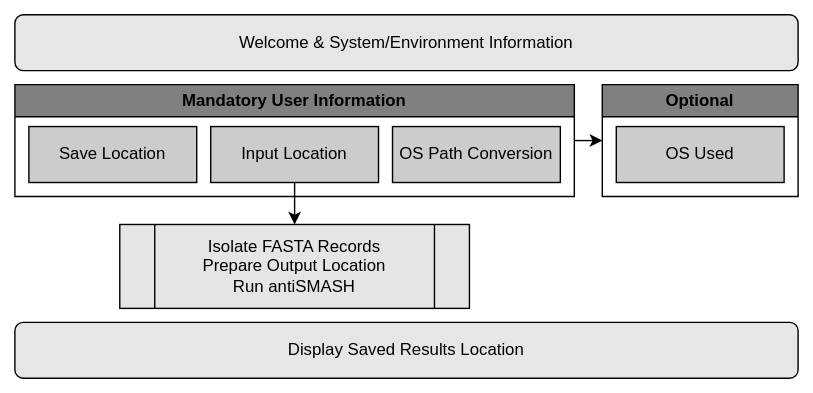
Before: images/prediction_overview.svg, a diagram exported from draw.io (Parkinson-NP/MIE-2024). Source tidied: cells renumbered, new cells last; positions are measured from the earlier drawing's top-left corner, leaving out a move shared by most shapes. Its diagram source:
```xml
<mxGraphModel background="#ffffff">
  <root>
    <mxCell id="0" />
    <mxCell id="1" parent="0" />
    <mxCell id="2" style="rounded=0;whiteSpace=wrap;html=1;fillColor=none;strokeColor=none;" parent="1" vertex="1">
      <mxGeometry width="580" height="280" as="geometry" />
    </mxCell>
    <mxCell id="3" value="&lt;span style=&quot;background-color: initial;&quot;&gt;Isolate FASTA Records&lt;/span&gt;&lt;div&gt;&lt;div&gt;Prepare Output Location&lt;/div&gt;&lt;div&gt;Run antiSMASH&lt;/div&gt;&lt;/div&gt;" style="shape=process;whiteSpace=wrap;html=1;backgroundOutline=1;strokeColor=#000000;fillColor=#e5e5e5;fontColor=#000000;fontFamily=Arial;fontSource=https%3A%2F%2Ffonts.googleapis.com%2Fcss%3Ffamily%3DArial;" parent="1" vertex="1">
      <mxGeometry x="85" y="160" width="250" height="60" as="geometry" />
    </mxCell>
    <mxCell id="4" value="Mandatory User Information" style="swimlane;whiteSpace=wrap;html=1;strokeColor=#000000;fillColor=#808080;fontColor=#000000;fontFamily=Arial;fontSource=https%3A%2F%2Ffonts.googleapis.com%2Fcss%3Ffamily%3DArial;" parent="1" vertex="1">
      <mxGeometry x="10" y="60" width="400" height="80" as="geometry" />
    </mxCell>
    <mxCell id="5" value="Input Location" style="rectangle;whiteSpace=wrap;html=1;strokeColor=#000000;fillColor=#CCCCCC;fontColor=#000000;fontFamily=Arial;fontSource=https%3A%2F%2Ffonts.googleapis.com%2Fcss%3Ffamily%3DArial;" parent="4" vertex="1">
      <mxGeometry x="140" y="30" width="120" height="40" as="geometry" />
    </mxCell>
    <mxCell id="6" value="Save Location" style="rectangle;whiteSpace=wrap;html=1;strokeColor=#000000;fillColor=#CCCCCC;fontColor=#000000;fontFamily=Arial;fontSource=https%3A%2F%2Ffonts.googleapis.com%2Fcss%3Ffamily%3DArial;" parent="4" vertex="1">
      <mxGeometry x="10" y="30" width="120" height="40" as="geometry" />
    </mxCell>
    <mxCell id="7" value="Optional" style="swimlane;whiteSpace=wrap;html=1;strokeColor=#000000;fillColor=#808080;fontColor=#000000;fontFamily=Arial;fontSource=https%3A%2F%2Ffonts.googleapis.com%2Fcss%3Ffamily%3DArial;" parent="1" vertex="1">
      <mxGeometry x="430" y="60" width="140" height="80" as="geometry" />
    </mxCell>
    <mxCell id="8" value="OS Used" style="rectangle;whiteSpace=wrap;html=1;strokeColor=#000000;fillColor=#CCCCCC;fontColor=#000000;fontFamily=Arial;fontSource=https%3A%2F%2Ffonts.googleapis.com%2Fcss%3Ffamily%3DArial;" parent="7" vertex="1">
      <mxGeometry x="10" y="30" width="120" height="40" as="geometry" />
    </mxCell>
    <mxCell id="9" style="edgeStyle=orthogonalEdgeStyle;rounded=0;jettySize=auto;html=1;exitX=1;exitY=0.5;exitDx=0;exitDy=0;entryX=0;entryY=0.5;entryDx=0;entryDy=0;strokeColor=#000000;fillColor=#CCCCCC;fontColor=#000000;fontFamily=Arial;fontSource=https%3A%2F%2Ffonts.googleapis.com%2Fcss%3Ffamily%3DArial;" parent="1" edge="1" source="4" target="7">
      <mxGeometry relative="1" as="geometry" />
    </mxCell>
    <mxCell id="10" style="edgeStyle=none;html=1;exitX=0.5;exitY=1;exitDx=0;exitDy=0;entryX=0.5;entryY=0;entryDx=0;entryDy=0;strokeColor=#000000;fontFamily=Tahoma;fontSize=12;fontColor=#000000;fillColor=#CCCCCC;" parent="1" edge="1" source="5" target="3">
      <mxGeometry relative="1" as="geometry" />
    </mxCell>
    <mxCell id="11" value="Display Saved Results Location" style="rounded=1;whiteSpace=wrap;html=1;fontSize=12;glass=0;strokeWidth=1;shadow=0;strokeColor=#000000;fillColor=#E6E6E6;fontColor=#000000;fontFamily=Arial;fontSource=https%3A%2F%2Ffonts.googleapis.com%2Fcss%3Ffamily%3DArial;" parent="1" vertex="1">
      <mxGeometry x="10" y="230" width="560" height="40" as="geometry" />
    </mxCell>
    <mxCell id="12" value="&lt;font&gt;Welcome &amp;amp; System/Environment Information&lt;/font&gt;" style="rounded=1;whiteSpace=wrap;html=1;fontSize=12;glass=0;strokeWidth=1;shadow=0;strokeColor=#000000;fillColor=#E6E6E6;fontColor=#000000;fontFamily=Arial;fontSource=https%3A%2F%2Ffonts.googleapis.com%2Fcss%3Ffamily%3DArial;" parent="1" vertex="1">
      <mxGeometry x="10" y="10" width="560" height="40" as="geometry" />
    </mxCell>
    <mxCell id="13" value="OS Path Conversion" style="rectangle;whiteSpace=wrap;html=1;strokeColor=#000000;fillColor=#CCCCCC;fontColor=#000000;fontFamily=Arial;fontSource=https%3A%2F%2Ffonts.googleapis.com%2Fcss%3Ffamily%3DArial;" parent="1" vertex="1">
      <mxGeometry x="280" y="90" width="120" height="40" as="geometry" />
    </mxCell>
  </root>
</mxGraphModel>
```
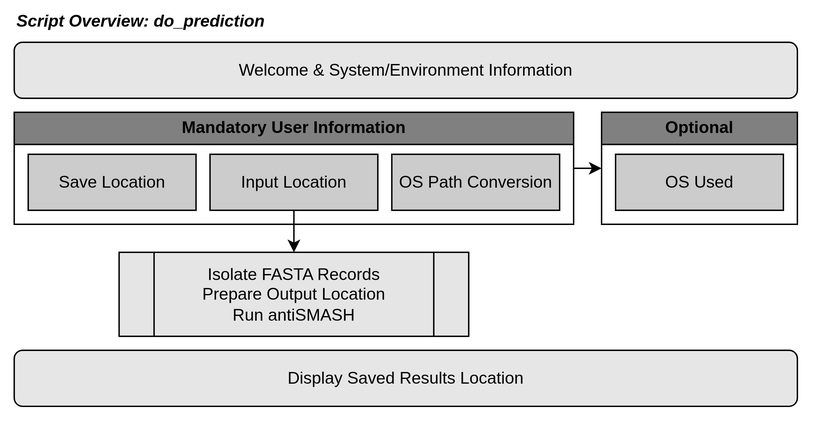
After the change.

Change to the diagram source:
```diff
@@ -2,7 +2,7 @@
   <root>
     <mxCell id="0" />
     <mxCell id="1" parent="0" />
-    <mxCell id="2" style="rounded=0;whiteSpace=wrap;html=1;fillColor=none;strokeColor=none;" parent="1" vertex="1">
+    <mxCell id="2" style="rounded=0;whiteSpace=wrap;html=1;fillColor=none;strokeColor=none;fontFamily=Arial;fontSource=https%3A%2F%2Ffonts.googleapis.com%2Fcss%3Ffamily%3DArial;fontColor=#000000;" parent="1" vertex="1">
       <mxGeometry width="580" height="280" as="geometry" />
     </mxCell>
     <mxCell id="3" value="&lt;span style=&quot;background-color: initial;&quot;&gt;Isolate FASTA Records&lt;/span&gt;&lt;div&gt;&lt;div&gt;Prepare Output Location&lt;/div&gt;&lt;div&gt;Run antiSMASH&lt;/div&gt;&lt;/div&gt;" style="shape=process;whiteSpace=wrap;html=1;backgroundOutline=1;strokeColor=#000000;fillColor=#e5e5e5;fontColor=#000000;fontFamily=Arial;fontSource=https%3A%2F%2Ffonts.googleapis.com%2Fcss%3Ffamily%3DArial;" parent="1" vertex="1">
@@ -26,7 +26,7 @@
     <mxCell id="9" style="edgeStyle=orthogonalEdgeStyle;rounded=0;jettySize=auto;html=1;exitX=1;exitY=0.5;exitDx=0;exitDy=0;entryX=0;entryY=0.5;entryDx=0;entryDy=0;strokeColor=#000000;fillColor=#CCCCCC;fontColor=#000000;fontFamily=Arial;fontSource=https%3A%2F%2Ffonts.googleapis.com%2Fcss%3Ffamily%3DArial;" parent="1" edge="1" source="4" target="7">
       <mxGeometry relative="1" as="geometry" />
     </mxCell>
-    <mxCell id="10" style="edgeStyle=none;html=1;exitX=0.5;exitY=1;exitDx=0;exitDy=0;entryX=0.5;entryY=0;entryDx=0;entryDy=0;strokeColor=#000000;fontFamily=Tahoma;fontSize=12;fontColor=#000000;fillColor=#CCCCCC;" parent="1" edge="1" source="5" target="3">
+    <mxCell id="10" style="edgeStyle=none;html=1;exitX=0.5;exitY=1;exitDx=0;exitDy=0;entryX=0.5;entryY=0;entryDx=0;entryDy=0;strokeColor=#000000;fontFamily=Arial;fontSize=12;fontColor=#000000;fillColor=#CCCCCC;fontSource=https%3A%2F%2Ffonts.googleapis.com%2Fcss%3Ffamily%3DArial;" parent="1" edge="1" source="5" target="3">
       <mxGeometry relative="1" as="geometry" />
     </mxCell>
     <mxCell id="11" value="Display Saved Results Location" style="rounded=1;whiteSpace=wrap;html=1;fontSize=12;glass=0;strokeWidth=1;shadow=0;strokeColor=#000000;fillColor=#E6E6E6;fontColor=#000000;fontFamily=Arial;fontSource=https%3A%2F%2Ffonts.googleapis.com%2Fcss%3Ffamily%3DArial;" parent="1" vertex="1">
@@ -38,5 +38,8 @@
     <mxCell id="13" value="OS Path Conversion" style="rectangle;whiteSpace=wrap;html=1;strokeColor=#000000;fillColor=#CCCCCC;fontColor=#000000;fontFamily=Arial;fontSource=https%3A%2F%2Ffonts.googleapis.com%2Fcss%3Ffamily%3DArial;" parent="1" vertex="1">
       <mxGeometry x="280" y="90" width="120" height="40" as="geometry" />
     </mxCell>
+    <mxCell id="14" value="&lt;b&gt;&lt;i&gt;&lt;font&gt;Script Overview: do_prediction&lt;/font&gt;&lt;/i&gt;&lt;/b&gt;" style="text;html=1;align=center;verticalAlign=middle;strokeColor=none;fillColor=none;fontColor=#000000;fontFamily=Arial;fontSource=https%3A%2F%2Ffonts.googleapis.com%2Fcss%3Ffamily%3DArial;" parent="1" vertex="1">
+      <mxGeometry y="-20" width="200" height="30" as="geometry" />
+    </mxCell>
   </root>
 </mxGraphModel>
```
